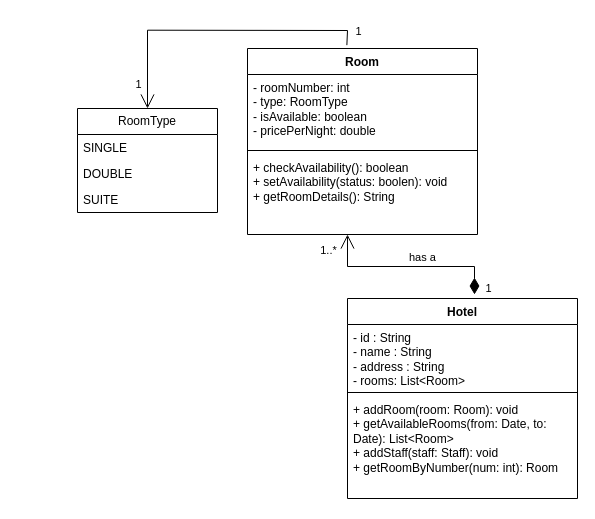
This is Diagramme/LLD Hotel Management.drawio from Janardhan-Waghchaure/LLD_HotelManagement, a draw.io file, before an edit. Source tidied: cells renumbered, new cells numbered last; positions are measured from the earlier drawing's top-left corner, leaving out a move shared by most shapes. Both pictures are drawn from the tidied source at 100%, with x=0, y=0 at pixel (77, 30).
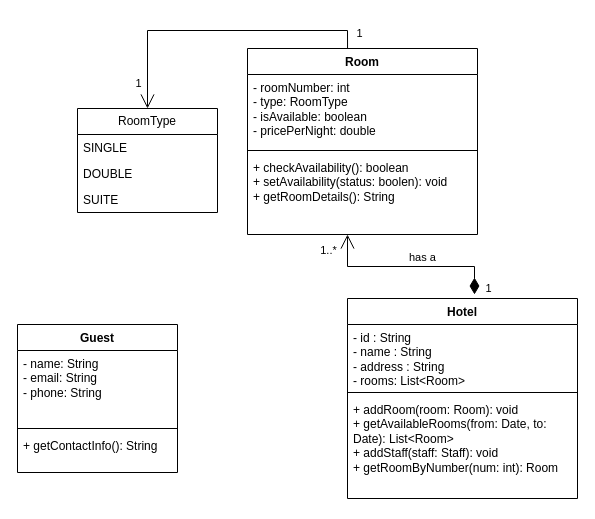
The same diagram, later.

Commit message:
added Guests Entity

The change refers to these unchanged cells:
```xml
<mxCell id="6" value="Room" style="swimlane;fontStyle=1;align=center;verticalAlign=top;horizontal=1;startSize=26;whiteSpace=wrap;html=1;" parent="1" vertex="1">
  <mxGeometry x="170" y="18" width="230" height="186" as="geometry" />
</mxCell>
<mxCell id="10" value="RoomType" style="swimlane;fontStyle=0;horizontal=1;startSize=26;fillColor=none;whiteSpace=wrap;html=1;" parent="1" vertex="1">
  <mxGeometry y="78" width="140" height="104" as="geometry" />
</mxCell>
```

The edit, as a diff of the source:
```diff
@@
-    <mxCell id="17" style="endArrow=open;endFill=1;endSize=12;html=1;rounded=0;entryX=0.5;entryY=0;entryDx=0;entryDy=0;exitX=0.432;exitY=-0.018;exitDx=0;exitDy=0;exitPerimeter=0;" parent="1" edge="1" source="6" target="10">
+    <mxCell id="17" style="endArrow=open;endFill=1;endSize=12;html=1;rounded=0;entryX=0.5;entryY=0;entryDx=0;entryDy=0;exitX=0.435;exitY=0;exitDx=0;exitDy=0;exitPerimeter=0;" parent="1" edge="1" source="6" target="10">
       <mxGeometry relative="1" as="geometry">
         <Array as="points">
           <mxPoint x="270" />
-          <mxPoint x="70" y="-0.3" />
+          <mxPoint x="70" />
         </Array>
       </mxGeometry>
     </mxCell>
@@
+    <mxCell id="20" value="Guest" style="swimlane;fontStyle=1;align=center;verticalAlign=top;horizontal=1;startSize=26;whiteSpace=wrap;html=1;" parent="1" vertex="1">
+      <mxGeometry x="-60" y="294" width="160" height="148" as="geometry" />
+    </mxCell>
+    <mxCell id="21" value="- name: String&amp;nbsp;&lt;div&gt;- email: String&amp;nbsp;&lt;/div&gt;&lt;div&gt;- phone: String&lt;/div&gt;" style="text;strokeColor=none;fillColor=none;align=left;verticalAlign=top;spacingLeft=4;spacingRight=4;overflow=hidden;whiteSpace=wrap;html=1;" parent="20" vertex="1">
+      <mxGeometry y="26" width="160" height="74" as="geometry" />
+    </mxCell>
+    <mxCell id="22" style="line;strokeWidth=1;fillColor=none;align=left;verticalAlign=middle;spacingTop=-1;spacingLeft=3;spacingRight=3;labelPosition=right;strokeColor=inherit;" parent="20" vertex="1">
+      <mxGeometry y="100" width="160" height="8" as="geometry" />
+    </mxCell>
+    <mxCell id="23" value="+ getContactInfo(): String" style="text;strokeColor=none;fillColor=none;align=left;verticalAlign=top;spacingLeft=4;spacingRight=4;overflow=hidden;whiteSpace=wrap;html=1;" parent="20" vertex="1">
+      <mxGeometry y="108" width="160" height="40" as="geometry" />
+    </mxCell>
```
